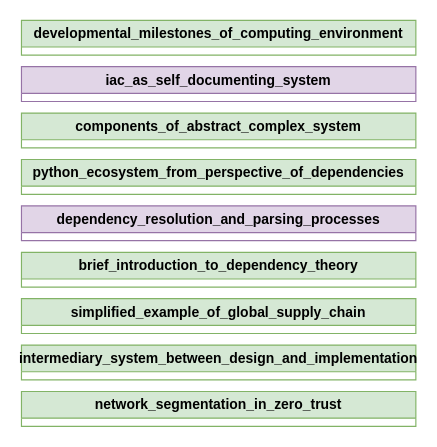
This is page "introduction_and_literature-review" (2 of 4) of paper/diagrams.drawio from NoyanTM/aitu-sist-2026_research-paper, a draw.io file, before an edit. Source tidied: cells renumbered, new cells numbered last; positions are measured from the earlier drawing's top-left corner, leaving out a move shared by most shapes. Both pictures are drawn from the tidied source at 116%, with x=0, y=0 at pixel (21, 20).
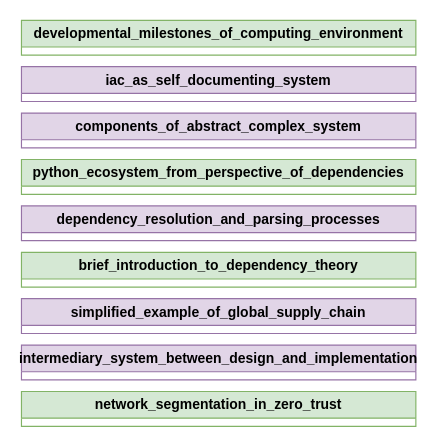
The same page after the edit.

Change to the diagram source:
```diff
@@
 <mxGraphModel>
   <root>
     <mxCell id="0" />
     <mxCell id="1" parent="0" />
-    <mxCell id="2" value="simplified_example_of_global_supply_chain" style="swimlane;whiteSpace=wrap;html=1;fillColor=#d5e8d4;strokeColor=#82b366;" parent="1" vertex="1" collapsed="1">
+    <mxCell id="2" value="simplified_example_of_global_supply_chain" style="swimlane;whiteSpace=wrap;html=1;fillColor=#e1d5e7;strokeColor=#9673a6;" parent="1" vertex="1" collapsed="1">
       <mxGeometry y="240" width="340" height="30" as="geometry" />
     </mxCell>
     <mxCell id="3" value="developmental_milestones_of_computing_environment" style="swimlane;whiteSpace=wrap;html=1;fillColor=#d5e8d4;strokeColor=#82b366;" parent="1" vertex="1" collapsed="1">
       <mxGeometry width="340" height="30" as="geometry" />
     </mxCell>
-    <mxCell id="4" value="components_of_abstract_complex_system" style="swimlane;whiteSpace=wrap;html=1;fillColor=#d5e8d4;strokeColor=#82b366;" parent="1" vertex="1" collapsed="1">
+    <mxCell id="4" value="components_of_abstract_complex_system" style="swimlane;whiteSpace=wrap;html=1;fillColor=#e1d5e7;strokeColor=#9673a6;" parent="1" vertex="1" collapsed="1">
       <mxGeometry y="80" width="340" height="30" as="geometry" />
     </mxCell>
     <mxCell id="5" value="brief_introduction_to_dependency_theory" style="swimlane;whiteSpace=wrap;html=1;fillColor=#d5e8d4;strokeColor=#82b366;" parent="1" vertex="1" collapsed="1">
       <mxGeometry y="200" width="340" height="30" as="geometry" />
     </mxCell>
     <mxCell id="6" value="python_ecosystem_from_perspective_of_dependencies" style="swimlane;whiteSpace=wrap;html=1;fillColor=#d5e8d4;strokeColor=#82b366;" parent="1" vertex="1" collapsed="1">
       <mxGeometry y="120" width="340" height="30" as="geometry" />
     </mxCell>
-    <mxCell id="7" value="intermediary_system_between_design_and_implementation" style="swimlane;whiteSpace=wrap;html=1;fillColor=#d5e8d4;strokeColor=#82b366;" parent="1" vertex="1" collapsed="1">
+    <mxCell id="7" value="intermediary_system_between_design_and_implementation" style="swimlane;whiteSpace=wrap;html=1;fillColor=#e1d5e7;strokeColor=#9673a6;" parent="1" vertex="1" collapsed="1">
       <mxGeometry y="280" width="340" height="30" as="geometry" />
     </mxCell>
     <mxCell id="8" value="network_segmentation_in_zero_trust" style="swimlane;whiteSpace=wrap;html=1;startSize=23;fillColor=#d5e8d4;strokeColor=#82b366;" parent="1" vertex="1" collapsed="1">
       <mxGeometry y="320" width="340" height="30" as="geometry" />
     </mxCell>
     <mxCell id="9" value="iac_as_self_documenting_system" style="swimlane;whiteSpace=wrap;html=1;fillColor=#e1d5e7;strokeColor=#9673a6;" parent="1" vertex="1" collapsed="1">
       <mxGeometry y="40" width="340" height="30" as="geometry" />
     </mxCell>
     <mxCell id="10" value="&lt;div&gt;dependency_resolution_and_parsing_processes&lt;/div&gt;" style="swimlane;whiteSpace=wrap;html=1;fillColor=#e1d5e7;strokeColor=#9673a6;" parent="1" vertex="1" collapsed="1">
       <mxGeometry y="160" width="340" height="30" as="geometry" />
     </mxCell>
   </root>
 </mxGraphModel>
```
